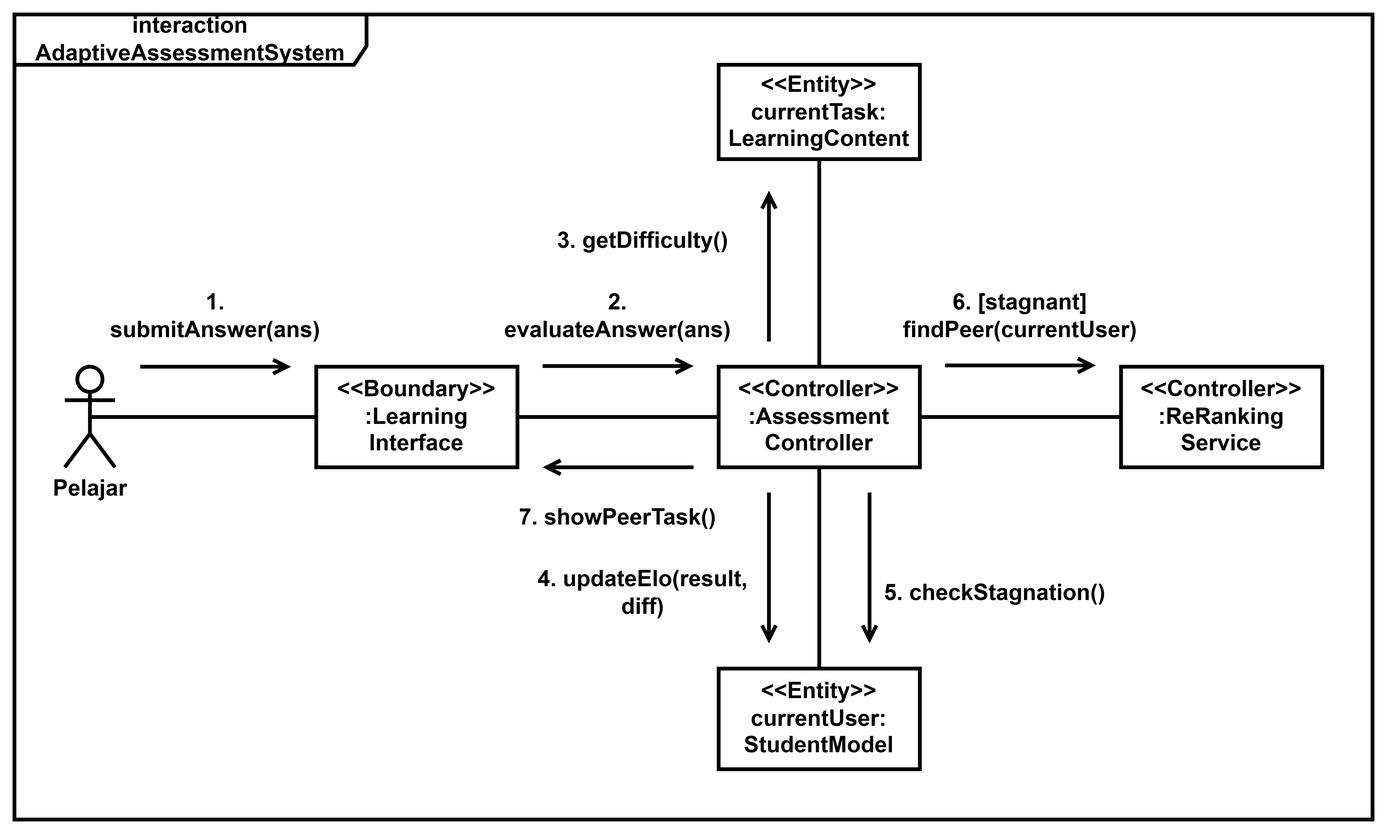
RunningPie/LaporanTA-18222047 keeps this draw.io diagram as images/communication_diagram.png. Above is the earlier version. Source tidied: cells renumbered, new cells last; positions are measured from the earlier drawing's top-left corner, leaving out a move shared by most shapes.
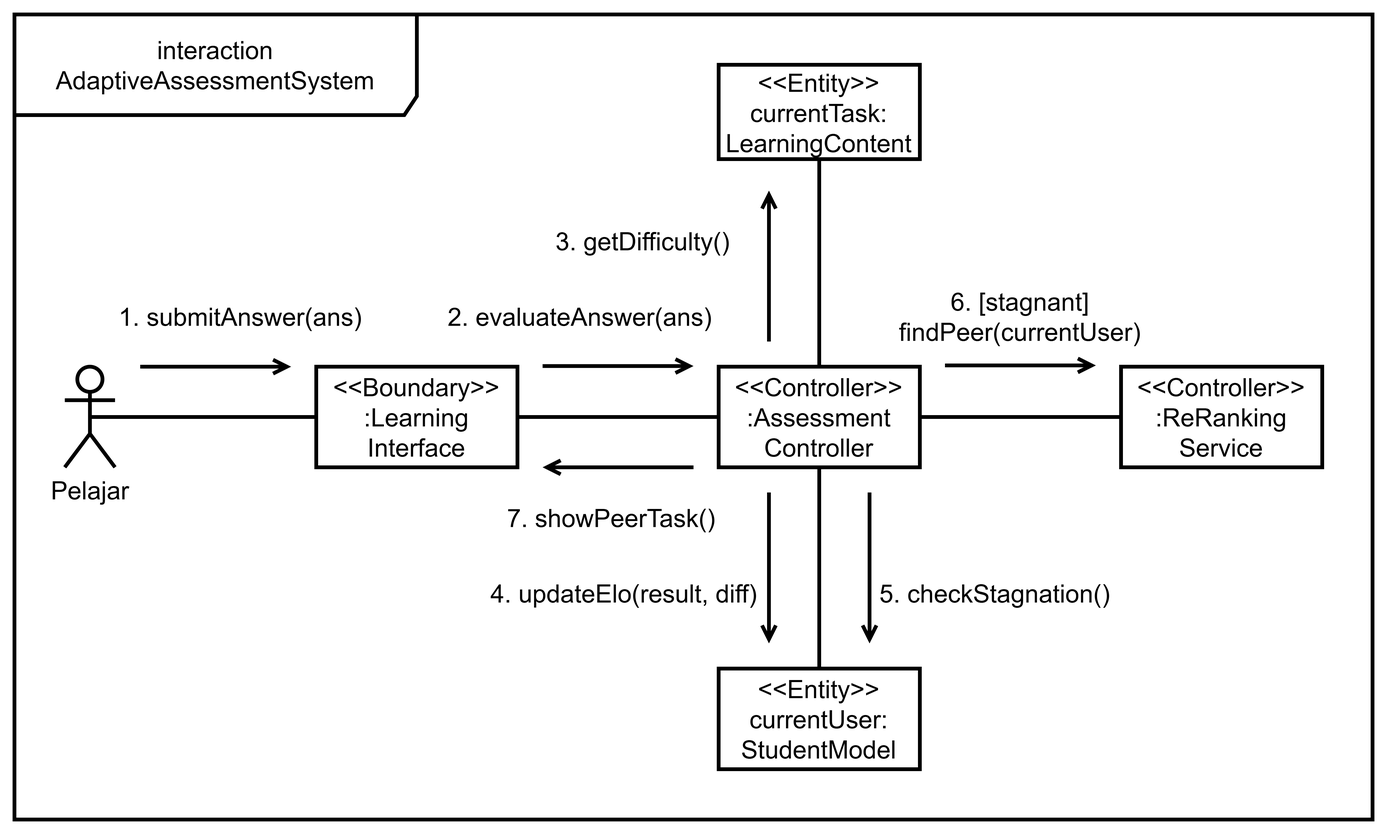
The same file after the commit.

Change to the diagram source:
```diff
@@ -2,104 +2,104 @@
   <root>
     <mxCell id="0" />
     <mxCell id="1" parent="0" />
-    <mxCell id="2" value="&lt;span&gt;interaction&lt;/span&gt;&lt;div&gt;AdaptiveAssessmentSystem&lt;/div&gt;" style="shape=umlFrame;whiteSpace=wrap;html=1;width=280;height=40;fontStyle=1;fontSize=18;strokeWidth=3;" parent="1" vertex="1">
+    <mxCell id="2" value="&lt;span&gt;interaction&lt;/span&gt;&lt;div&gt;AdaptiveAssessmentSystem&lt;/div&gt;" style="shape=umlFrame;whiteSpace=wrap;html=1;width=320;height=80;fontStyle=0;fontSize=20;strokeWidth=3;" parent="1" vertex="1">
       <mxGeometry width="1080" height="640" as="geometry" />
     </mxCell>
-    <mxCell id="3" style="edgeStyle=none;curved=1;rounded=0;jettySize=auto;html=1;exitX=0.5;exitY=0.5;exitDx=0;exitDy=0;exitPerimeter=0;entryX=0;entryY=0.5;entryDx=0;entryDy=0;fontSize=18;startSize=8;endSize=8;endArrow=none;endFill=0;fontStyle=1;strokeWidth=3;" parent="1" edge="1" source="4" target="6">
+    <mxCell id="3" style="edgeStyle=none;curved=1;rounded=0;jettySize=auto;html=1;exitX=0.5;exitY=0.5;exitDx=0;exitDy=0;exitPerimeter=0;entryX=0;entryY=0.5;entryDx=0;entryDy=0;fontSize=20;startSize=8;endSize=8;endArrow=none;endFill=0;fontStyle=0;strokeWidth=3;" parent="1" edge="1" source="4" target="6">
       <mxGeometry relative="1" as="geometry" />
     </mxCell>
-    <mxCell id="4" value="Pelajar" style="shape=umlActor;verticalLabelPosition=bottom;verticalAlign=top;html=1;fontStyle=1;fontSize=18;strokeWidth=3;" parent="1" vertex="1">
+    <mxCell id="4" value="Pelajar" style="shape=umlActor;verticalLabelPosition=bottom;verticalAlign=top;html=1;fontStyle=0;fontSize=20;strokeWidth=3;" parent="1" vertex="1">
       <mxGeometry x="40" y="280" width="40" height="80" as="geometry" />
     </mxCell>
-    <mxCell id="5" style="edgeStyle=none;curved=1;rounded=0;jettySize=auto;html=1;exitX=1;exitY=0.5;exitDx=0;exitDy=0;entryX=0;entryY=0.5;entryDx=0;entryDy=0;fontSize=18;startSize=8;endSize=8;endArrow=none;endFill=0;fontStyle=1;strokeWidth=3;" parent="1" edge="1" source="6" target="10">
+    <mxCell id="5" style="edgeStyle=none;curved=1;rounded=0;jettySize=auto;html=1;exitX=1;exitY=0.5;exitDx=0;exitDy=0;entryX=0;entryY=0.5;entryDx=0;entryDy=0;fontSize=20;startSize=8;endSize=8;endArrow=none;endFill=0;fontStyle=0;strokeWidth=3;" parent="1" edge="1" source="6" target="10">
       <mxGeometry relative="1" as="geometry" />
     </mxCell>
-    <mxCell id="6" value="&lt;div&gt;&amp;lt;&amp;lt;Boundary&amp;gt;&amp;gt;&lt;/div&gt;:Learning&lt;div&gt;Interface&lt;/div&gt;" style="html=1;whiteSpace=wrap;fontStyle=1;fontSize=18;strokeWidth=3;" parent="1" vertex="1">
+    <mxCell id="6" value="&lt;div&gt;&amp;lt;&amp;lt;Boundary&amp;gt;&amp;gt;&lt;/div&gt;:Learning&lt;div&gt;Interface&lt;/div&gt;" style="html=1;whiteSpace=wrap;fontStyle=0;fontSize=20;strokeWidth=3;" parent="1" vertex="1">
       <mxGeometry x="240" y="280" width="160" height="80" as="geometry" />
     </mxCell>
-    <mxCell id="7" style="edgeStyle=none;curved=1;rounded=0;jettySize=auto;html=1;exitX=0.5;exitY=0;exitDx=0;exitDy=0;entryX=0.5;entryY=1;entryDx=0;entryDy=0;fontSize=18;startSize=8;endSize=8;endArrow=none;endFill=0;fontStyle=1;strokeWidth=3;" parent="1" edge="1" source="10" target="11">
+    <mxCell id="7" style="edgeStyle=none;curved=1;rounded=0;jettySize=auto;html=1;exitX=0.5;exitY=0;exitDx=0;exitDy=0;entryX=0.5;entryY=1;entryDx=0;entryDy=0;fontSize=20;startSize=8;endSize=8;endArrow=none;endFill=0;fontStyle=0;strokeWidth=3;" parent="1" edge="1" source="10" target="11">
       <mxGeometry relative="1" as="geometry" />
     </mxCell>
-    <mxCell id="8" style="edgeStyle=none;curved=1;rounded=0;jettySize=auto;html=1;exitX=0.5;exitY=1;exitDx=0;exitDy=0;entryX=0.5;entryY=0;entryDx=0;entryDy=0;fontSize=18;startSize=8;endSize=8;endArrow=none;endFill=0;fontStyle=1;strokeWidth=3;" parent="1" edge="1" source="10" target="12">
+    <mxCell id="8" style="edgeStyle=none;curved=1;rounded=0;jettySize=auto;html=1;exitX=0.5;exitY=1;exitDx=0;exitDy=0;entryX=0.5;entryY=0;entryDx=0;entryDy=0;fontSize=20;startSize=8;endSize=8;endArrow=none;endFill=0;fontStyle=0;strokeWidth=3;" parent="1" edge="1" source="10" target="12">
       <mxGeometry relative="1" as="geometry" />
     </mxCell>
-    <mxCell id="9" style="edgeStyle=none;curved=1;rounded=0;jettySize=auto;html=1;exitX=1;exitY=0.5;exitDx=0;exitDy=0;entryX=0;entryY=0.5;entryDx=0;entryDy=0;fontSize=18;startSize=8;endSize=8;endArrow=none;endFill=0;fontStyle=1;strokeWidth=3;" parent="1" edge="1" source="10" target="13">
+    <mxCell id="9" style="edgeStyle=none;curved=1;rounded=0;jettySize=auto;html=1;exitX=1;exitY=0.5;exitDx=0;exitDy=0;entryX=0;entryY=0.5;entryDx=0;entryDy=0;fontSize=20;startSize=8;endSize=8;endArrow=none;endFill=0;fontStyle=0;strokeWidth=3;" parent="1" edge="1" source="10" target="13">
       <mxGeometry relative="1" as="geometry" />
     </mxCell>
-    <mxCell id="10" value="&lt;div&gt;&amp;lt;&amp;lt;Controller&amp;gt;&amp;gt;&lt;/div&gt;:Assessment&lt;div&gt;Controller&lt;/div&gt;" style="html=1;whiteSpace=wrap;fontStyle=1;fontSize=18;strokeWidth=3;" parent="1" vertex="1">
+    <mxCell id="10" value="&lt;div&gt;&amp;lt;&amp;lt;Controller&amp;gt;&amp;gt;&lt;/div&gt;:Assessment&lt;div&gt;Controller&lt;/div&gt;" style="html=1;whiteSpace=wrap;fontStyle=0;fontSize=20;strokeWidth=3;" parent="1" vertex="1">
       <mxGeometry x="560" y="280" width="160" height="80" as="geometry" />
     </mxCell>
-    <mxCell id="11" value="&lt;div&gt;&amp;lt;&amp;lt;Entity&amp;gt;&amp;gt;&lt;/div&gt;currentTask:&lt;div&gt;LearningContent&lt;/div&gt;" style="html=1;whiteSpace=wrap;fontStyle=1;fontSize=18;strokeWidth=3;" parent="1" vertex="1">
+    <mxCell id="11" value="&lt;div&gt;&amp;lt;&amp;lt;Entity&amp;gt;&amp;gt;&lt;/div&gt;currentTask:&lt;div&gt;LearningContent&lt;/div&gt;" style="html=1;whiteSpace=wrap;fontStyle=0;fontSize=20;strokeWidth=3;" parent="1" vertex="1">
       <mxGeometry x="560" y="40" width="160" height="75" as="geometry" />
     </mxCell>
-    <mxCell id="12" value="&lt;div&gt;&amp;lt;&amp;lt;Entity&amp;gt;&amp;gt;&lt;/div&gt;currentUser&lt;span style=&quot;background-color: transparent; color: light-dark(rgb(0, 0, 0), rgb(255, 255, 255));&quot;&gt;:&lt;/span&gt;&lt;div&gt;&lt;span style=&quot;background-color: transparent; color: light-dark(rgb(0, 0, 0), rgb(255, 255, 255));&quot;&gt;StudentModel&lt;/span&gt;&lt;/div&gt;" style="html=1;whiteSpace=wrap;fontStyle=1;fontSize=18;strokeWidth=3;" parent="1" vertex="1">
+    <mxCell id="12" value="&lt;div&gt;&amp;lt;&amp;lt;Entity&amp;gt;&amp;gt;&lt;/div&gt;currentUser&lt;span style=&quot;background-color: transparent; color: light-dark(rgb(0, 0, 0), rgb(255, 255, 255));&quot;&gt;:&lt;/span&gt;&lt;div&gt;&lt;span style=&quot;background-color: transparent; color: light-dark(rgb(0, 0, 0), rgb(255, 255, 255));&quot;&gt;StudentModel&lt;/span&gt;&lt;/div&gt;" style="html=1;whiteSpace=wrap;fontStyle=0;fontSize=20;strokeWidth=3;" parent="1" vertex="1">
       <mxGeometry x="560" y="520" width="160" height="80" as="geometry" />
     </mxCell>
-    <mxCell id="13" value="&lt;div&gt;&amp;lt;&amp;lt;Controller&amp;gt;&amp;gt;&lt;/div&gt;:ReRanking&lt;div&gt;Service&lt;/div&gt;" style="html=1;whiteSpace=wrap;fontStyle=1;fontSize=18;strokeWidth=3;" parent="1" vertex="1">
+    <mxCell id="13" value="&lt;div&gt;&amp;lt;&amp;lt;Controller&amp;gt;&amp;gt;&lt;/div&gt;:ReRanking&lt;div&gt;Service&lt;/div&gt;" style="html=1;whiteSpace=wrap;fontStyle=0;fontSize=20;strokeWidth=3;" parent="1" vertex="1">
       <mxGeometry x="880" y="280" width="160" height="80" as="geometry" />
     </mxCell>
-    <mxCell id="14" value="1. submitAnswer(ans)" style="text;html=1;whiteSpace=wrap;strokeColor=none;fillColor=none;align=center;verticalAlign=middle;rounded=0;fontSize=18;fontStyle=1;strokeWidth=3;" parent="1" vertex="1">
-      <mxGeometry x="80" y="220" width="160" height="40" as="geometry" />
+    <mxCell id="14" value="1. submitAnswer(ans)" style="text;html=1;whiteSpace=wrap;strokeColor=none;fillColor=none;align=center;verticalAlign=middle;rounded=0;fontSize=20;fontStyle=0;strokeWidth=3;" parent="1" vertex="1">
+      <mxGeometry x="80" y="220" width="200" height="40" as="geometry" />
     </mxCell>
-    <mxCell id="15" style="endArrow=open;html=1;rounded=0;fontSize=18;startSize=8;endSize=8;curved=1;endFill=0;fontStyle=1;strokeWidth=3;" parent="1" edge="1">
+    <mxCell id="15" style="endArrow=open;html=1;rounded=0;fontSize=20;startSize=8;endSize=8;curved=1;endFill=0;fontStyle=0;strokeWidth=3;" parent="1" edge="1">
       <mxGeometry relative="1" as="geometry">
         <mxPoint x="100" y="280" as="sourcePoint" />
         <mxPoint x="220" y="280" as="targetPoint" />
       </mxGeometry>
     </mxCell>
-    <mxCell id="16" value="2. evaluateAnswer(ans)" style="text;html=1;whiteSpace=wrap;strokeColor=none;fillColor=none;align=center;verticalAlign=middle;rounded=0;fontSize=18;fontStyle=1;strokeWidth=3;" parent="1" vertex="1">
-      <mxGeometry x="400" y="220" width="160" height="40" as="geometry" />
+    <mxCell id="16" value="2. evaluateAnswer(ans)" style="text;html=1;whiteSpace=wrap;strokeColor=none;fillColor=none;align=center;verticalAlign=middle;rounded=0;fontSize=20;fontStyle=0;strokeWidth=3;" parent="1" vertex="1">
+      <mxGeometry x="340" y="220" width="220" height="40" as="geometry" />
     </mxCell>
-    <mxCell id="17" style="endArrow=open;html=1;rounded=0;fontSize=18;startSize=8;endSize=8;curved=1;endFill=0;fontStyle=1;strokeWidth=3;" parent="1" edge="1">
+    <mxCell id="17" style="endArrow=open;html=1;rounded=0;fontSize=20;startSize=8;endSize=8;curved=1;endFill=0;fontStyle=0;strokeWidth=3;" parent="1" edge="1">
       <mxGeometry relative="1" as="geometry">
         <mxPoint x="420" y="279.5" as="sourcePoint" />
         <mxPoint x="540" y="279.5" as="targetPoint" />
       </mxGeometry>
     </mxCell>
-    <mxCell id="18" style="endArrow=open;html=1;rounded=0;fontSize=18;startSize=8;endSize=8;curved=1;endFill=0;fontStyle=1;strokeWidth=3;" parent="1" edge="1">
+    <mxCell id="18" style="endArrow=open;html=1;rounded=0;fontSize=20;startSize=8;endSize=8;curved=1;endFill=0;fontStyle=0;strokeWidth=3;" parent="1" edge="1">
       <mxGeometry relative="1" as="geometry">
         <mxPoint x="600" y="260" as="sourcePoint" />
         <mxPoint x="600" y="140" as="targetPoint" />
       </mxGeometry>
     </mxCell>
-    <mxCell id="19" value="3. getDifficulty()" style="text;html=1;whiteSpace=wrap;strokeColor=none;fillColor=none;align=center;verticalAlign=middle;rounded=0;fontSize=18;fontStyle=1;strokeWidth=3;" parent="1" vertex="1">
+    <mxCell id="19" value="3. getDifficulty()" style="text;html=1;whiteSpace=wrap;strokeColor=none;fillColor=none;align=center;verticalAlign=middle;rounded=0;fontSize=20;fontStyle=0;strokeWidth=3;" parent="1" vertex="1">
       <mxGeometry x="400" y="160" width="200" height="40" as="geometry" />
     </mxCell>
-    <mxCell id="20" style="endArrow=open;html=1;rounded=0;fontSize=18;startSize=8;endSize=8;curved=1;endFill=0;fontStyle=1;strokeWidth=3;" parent="1" edge="1">
+    <mxCell id="20" style="endArrow=open;html=1;rounded=0;fontSize=20;startSize=8;endSize=8;curved=1;endFill=0;fontStyle=0;strokeWidth=3;" parent="1" edge="1">
       <mxGeometry relative="1" as="geometry">
         <mxPoint x="600" y="380" as="sourcePoint" />
         <mxPoint x="600" y="500" as="targetPoint" />
       </mxGeometry>
     </mxCell>
-    <mxCell id="21" value="4. updateElo(result, diff)" style="text;html=1;whiteSpace=wrap;strokeColor=none;fillColor=none;align=center;verticalAlign=middle;rounded=0;fontSize=18;fontStyle=1;strokeWidth=3;" parent="1" vertex="1">
-      <mxGeometry x="400" y="440" width="200" height="40" as="geometry" />
+    <mxCell id="21" value="4. updateElo(result, diff)" style="text;html=1;whiteSpace=wrap;strokeColor=none;fillColor=none;align=center;verticalAlign=middle;rounded=0;fontSize=20;fontStyle=0;strokeWidth=3;" parent="1" vertex="1">
+      <mxGeometry x="370" y="440" width="230" height="40" as="geometry" />
     </mxCell>
-    <mxCell id="22" style="endArrow=open;html=1;rounded=0;fontSize=18;startSize=8;endSize=8;curved=1;endFill=0;fontStyle=1;strokeWidth=3;" parent="1" edge="1">
+    <mxCell id="22" style="endArrow=open;html=1;rounded=0;fontSize=20;startSize=8;endSize=8;curved=1;endFill=0;fontStyle=0;strokeWidth=3;" parent="1" edge="1">
       <mxGeometry relative="1" as="geometry">
         <mxPoint x="680" y="380" as="sourcePoint" />
         <mxPoint x="680" y="500" as="targetPoint" />
       </mxGeometry>
     </mxCell>
-    <mxCell id="23" value="5. checkStagnation()" style="text;html=1;whiteSpace=wrap;strokeColor=none;fillColor=none;align=center;verticalAlign=middle;rounded=0;fontSize=18;fontStyle=1;strokeWidth=3;" parent="1" vertex="1">
+    <mxCell id="23" value="5. checkStagnation()" style="text;html=1;whiteSpace=wrap;strokeColor=none;fillColor=none;align=center;verticalAlign=middle;rounded=0;fontSize=20;fontStyle=0;strokeWidth=3;" parent="1" vertex="1">
       <mxGeometry x="680" y="440" width="200" height="40" as="geometry" />
     </mxCell>
-    <mxCell id="24" style="endArrow=open;html=1;rounded=0;fontSize=18;startSize=8;endSize=8;curved=1;endFill=0;fontStyle=1;strokeWidth=3;" parent="1" edge="1">
+    <mxCell id="24" style="endArrow=open;html=1;rounded=0;fontSize=20;startSize=8;endSize=8;curved=1;endFill=0;fontStyle=0;strokeWidth=3;" parent="1" edge="1">
       <mxGeometry relative="1" as="geometry">
         <mxPoint x="740" y="279" as="sourcePoint" />
         <mxPoint x="860" y="279" as="targetPoint" />
       </mxGeometry>
     </mxCell>
-    <mxCell id="25" value="6. [stagnant]&lt;div&gt;findPeer(currentUser)&lt;/div&gt;" style="text;html=1;whiteSpace=wrap;strokeColor=none;fillColor=none;align=center;verticalAlign=middle;rounded=0;fontSize=18;fontStyle=1;strokeWidth=3;" parent="1" vertex="1">
+    <mxCell id="25" value="6. [stagnant]&lt;div&gt;findPeer(currentUser)&lt;/div&gt;" style="text;html=1;whiteSpace=wrap;strokeColor=none;fillColor=none;align=center;verticalAlign=middle;rounded=0;fontSize=20;fontStyle=0;strokeWidth=3;" parent="1" vertex="1">
       <mxGeometry x="720" y="220" width="160" height="40" as="geometry" />
     </mxCell>
-    <mxCell id="26" style="endArrow=none;html=1;rounded=0;fontSize=18;startSize=8;endSize=8;curved=1;endFill=0;fontStyle=1;strokeWidth=3;startArrow=open;startFill=0;" parent="1" edge="1">
+    <mxCell id="26" style="endArrow=none;html=1;rounded=0;fontSize=20;startSize=8;endSize=8;curved=1;endFill=0;fontStyle=0;strokeWidth=3;startArrow=open;startFill=0;" parent="1" edge="1">
       <mxGeometry relative="1" as="geometry">
         <mxPoint x="420" y="360" as="sourcePoint" />
         <mxPoint x="540" y="360" as="targetPoint" />
       </mxGeometry>
     </mxCell>
-    <mxCell id="27" value="7. showPeerTask()" style="text;html=1;whiteSpace=wrap;strokeColor=none;fillColor=none;align=center;verticalAlign=middle;rounded=0;fontSize=18;fontStyle=1;strokeWidth=3;" parent="1" vertex="1">
-      <mxGeometry x="400" y="380" width="160" height="40" as="geometry" />
+    <mxCell id="27" value="7. showPeerTask()" style="text;html=1;whiteSpace=wrap;strokeColor=none;fillColor=none;align=center;verticalAlign=middle;rounded=0;fontSize=20;fontStyle=0;strokeWidth=3;" parent="1" vertex="1">
+      <mxGeometry x="390" y="380" width="170" height="40" as="geometry" />
     </mxCell>
   </root>
 </mxGraphModel>
```
